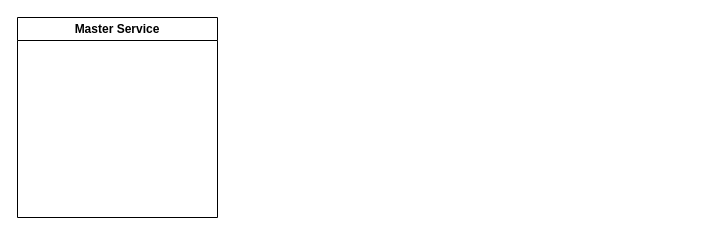
Earlier version of the draw.io diagram page "Master Service" (7 of 10) of Workflow-Overview.drawio (tuankhoi2206/Draft-system-overview). Source tidied: cells renumbered, new cells numbered last; positions are measured from the earlier drawing's top-left corner, leaving out a move shared by most shapes. Both pictures are drawn from the tidied source at 100%, with x=0, y=0 at pixel (17, 17).
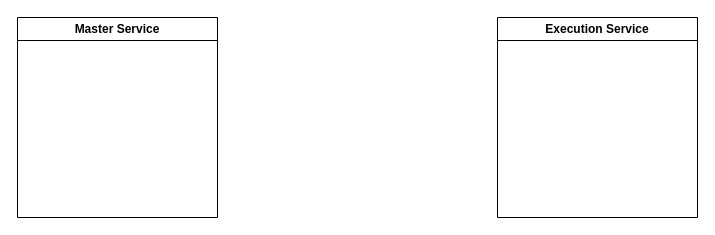
The same diagram, later.

Diff of the diagram source:
```diff
@@
 <mxGraphModel>
   <root>
     <mxCell id="0" />
     <mxCell id="1" parent="0" />
     <mxCell id="2" value="Master Service" style="swimlane;whiteSpace=wrap;html=1;" parent="1" vertex="1">
       <mxGeometry width="200" height="200" as="geometry" />
     </mxCell>
+    <mxCell id="3" value="Execution Service" style="swimlane;whiteSpace=wrap;html=1;" parent="1" vertex="1">
+      <mxGeometry x="480" width="200" height="200" as="geometry" />
+    </mxCell>
   </root>
 </mxGraphModel>
```
